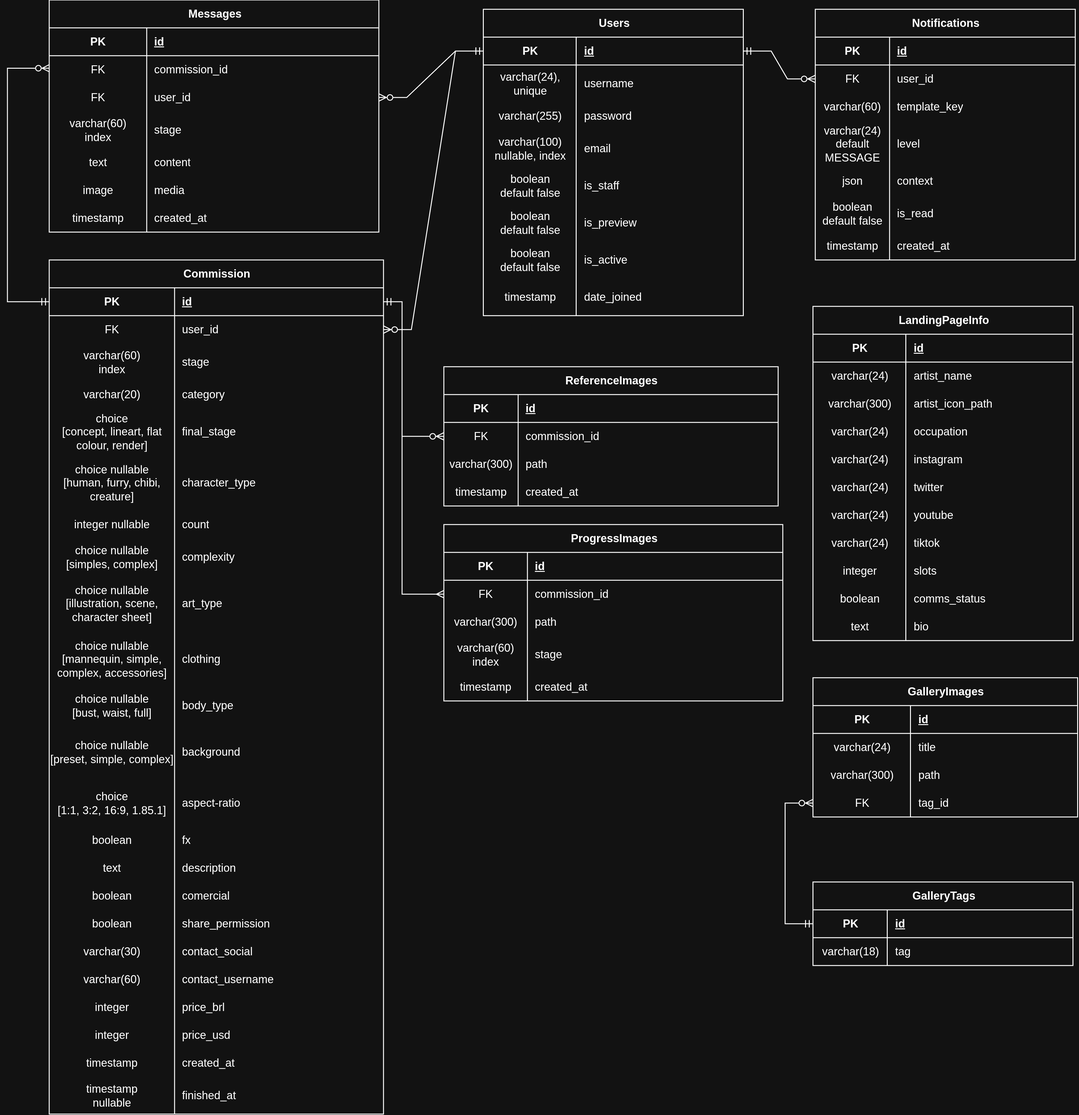
nemesis-noctis/o-atelier keeps this draw.io diagram as docs/diagramas/OAtelierER.png. Above is the earlier version. Source tidied: cells renumbered, new cells last; positions are measured from the earlier drawing's top-left corner, leaving out a move shared by most shapes.
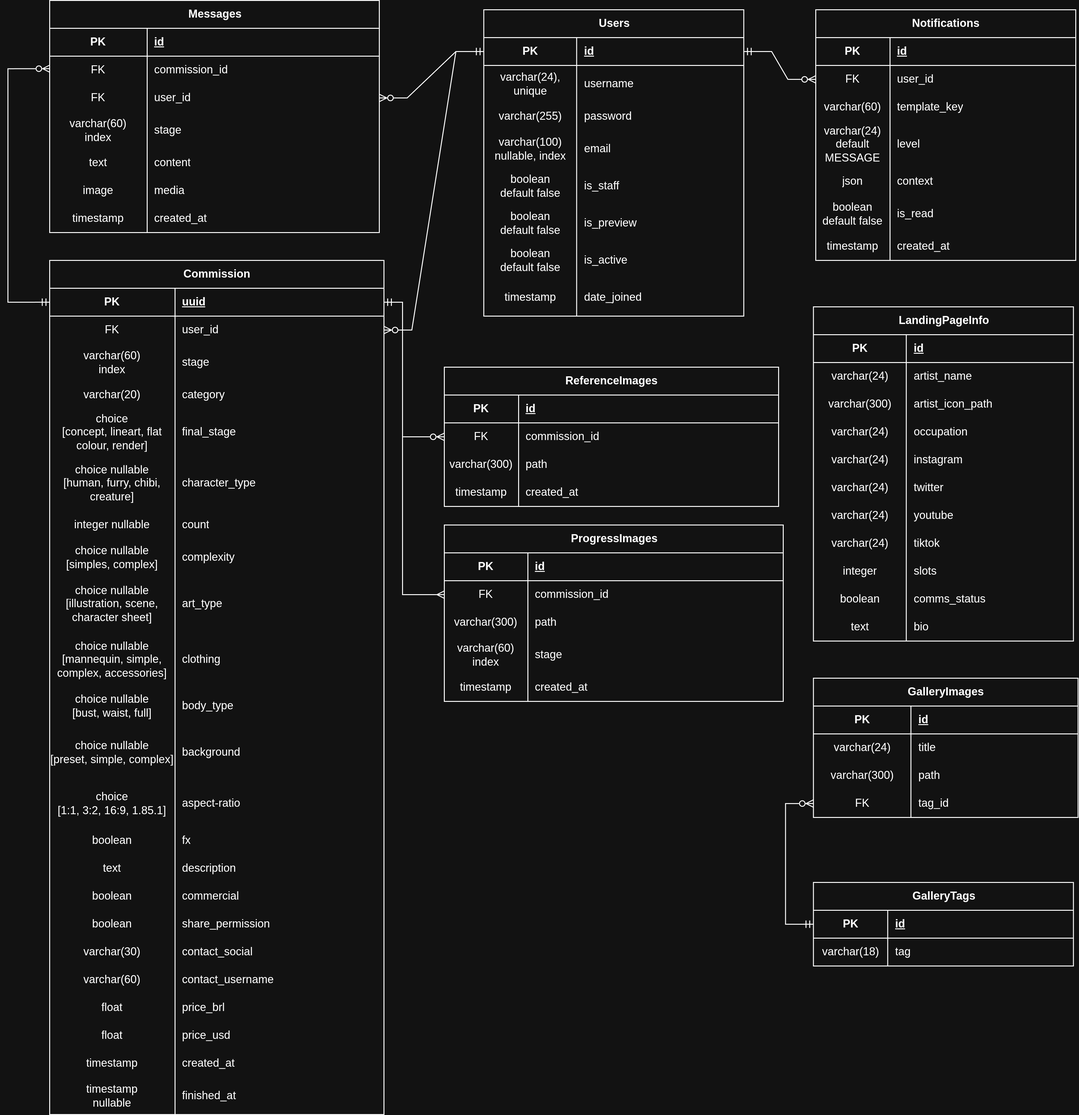
Later version of the same file.

The edit, as a diff of the source:
```diff
@@ -256,7 +256,7 @@
     <mxCell id="84" value="PK" style="shape=partialRectangle;fillColor=none;top=0;left=0;bottom=0;right=0;fontStyle=1;overflow=hidden;whiteSpace=wrap;html=1;" parent="83" vertex="1">
       <mxGeometry width="135" height="30" as="geometry" />
     </mxCell>
-    <mxCell id="85" value="id" style="shape=partialRectangle;fillColor=none;top=0;left=0;bottom=0;right=0;align=left;spacingLeft=6;fontStyle=5;overflow=hidden;whiteSpace=wrap;html=1;" parent="83" vertex="1">
+    <mxCell id="85" value="uuid" style="shape=partialRectangle;fillColor=none;top=0;left=0;bottom=0;right=0;align=left;spacingLeft=6;fontStyle=5;overflow=hidden;whiteSpace=wrap;html=1;" parent="83" vertex="1">
       <mxGeometry x="135" width="225" height="30" as="geometry" />
     </mxCell>
     <mxCell id="86" style="shape=tableRow;horizontal=0;startSize=0;swimlaneHead=0;swimlaneBody=0;fillColor=none;points=[[0,0.5],[1,0.5]];portConstraint=eastwest;top=0;left=0;right=0;bottom=0;" parent="82" vertex="1">
@@ -391,7 +391,7 @@
     <mxCell id="129" value="boolean" style="shape=partialRectangle;fillColor=none;top=0;left=0;bottom=0;right=0;overflow=hidden;whiteSpace=wrap;html=1;" parent="128" vertex="1">
       <mxGeometry width="135" height="30" as="geometry" />
     </mxCell>
-    <mxCell id="130" value="comercial" style="shape=partialRectangle;fillColor=none;top=0;left=0;bottom=0;right=0;align=left;spacingLeft=6;overflow=hidden;whiteSpace=wrap;html=1;" parent="128" vertex="1">
+    <mxCell id="130" value="commercial" style="shape=partialRectangle;fillColor=none;top=0;left=0;bottom=0;right=0;align=left;spacingLeft=6;overflow=hidden;whiteSpace=wrap;html=1;" parent="128" vertex="1">
       <mxGeometry x="135" width="225" height="30" as="geometry" />
     </mxCell>
     <mxCell id="131" style="shape=tableRow;horizontal=0;startSize=0;swimlaneHead=0;swimlaneBody=0;fillColor=none;top=0;left=0;right=0;bottom=0;" parent="82" vertex="1">
@@ -424,7 +424,7 @@
     <mxCell id="140" style="shape=tableRow;horizontal=0;startSize=0;swimlaneHead=0;swimlaneBody=0;fillColor=none;top=0;left=0;right=0;bottom=0;" parent="82" vertex="1">
       <mxGeometry y="790" width="360" height="30" as="geometry" />
     </mxCell>
-    <mxCell id="141" value="integer" style="shape=partialRectangle;fillColor=none;top=0;left=0;bottom=0;right=0;overflow=hidden;whiteSpace=wrap;html=1;" parent="140" vertex="1">
+    <mxCell id="141" value="float" style="shape=partialRectangle;fillColor=none;top=0;left=0;bottom=0;right=0;overflow=hidden;whiteSpace=wrap;html=1;" parent="140" vertex="1">
       <mxGeometry width="135" height="30" as="geometry" />
     </mxCell>
     <mxCell id="142" value="price_brl" style="shape=partialRectangle;fillColor=none;top=0;left=0;bottom=0;right=0;align=left;spacingLeft=6;overflow=hidden;whiteSpace=wrap;html=1;" parent="140" vertex="1">
@@ -433,7 +433,7 @@
     <mxCell id="143" style="shape=tableRow;horizontal=0;startSize=0;swimlaneHead=0;swimlaneBody=0;fillColor=none;top=0;left=0;right=0;bottom=0;" parent="82" vertex="1">
       <mxGeometry y="820" width="360" height="30" as="geometry" />
     </mxCell>
-    <mxCell id="144" value="integer" style="shape=partialRectangle;fillColor=none;top=0;left=0;bottom=0;right=0;overflow=hidden;whiteSpace=wrap;html=1;" parent="143" vertex="1">
+    <mxCell id="144" value="float" style="shape=partialRectangle;fillColor=none;top=0;left=0;bottom=0;right=0;overflow=hidden;whiteSpace=wrap;html=1;" parent="143" vertex="1">
       <mxGeometry width="135" height="30" as="geometry" />
     </mxCell>
     <mxCell id="145" value="price_usd" style="shape=partialRectangle;fillColor=none;top=0;left=0;bottom=0;right=0;align=left;spacingLeft=6;overflow=hidden;whiteSpace=wrap;html=1;" parent="143" vertex="1">
```
